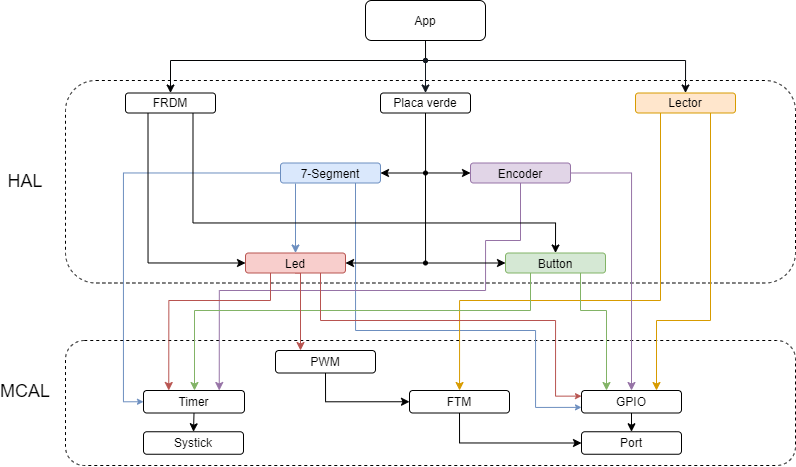
Earlier version of the draw.io export TP1/esquema_drivers.png (tlondero/LaboDeMicros). Source tidied: cells renumbered, new cells last; positions are measured from the earlier drawing's top-left corner, leaving out a move shared by most shapes.
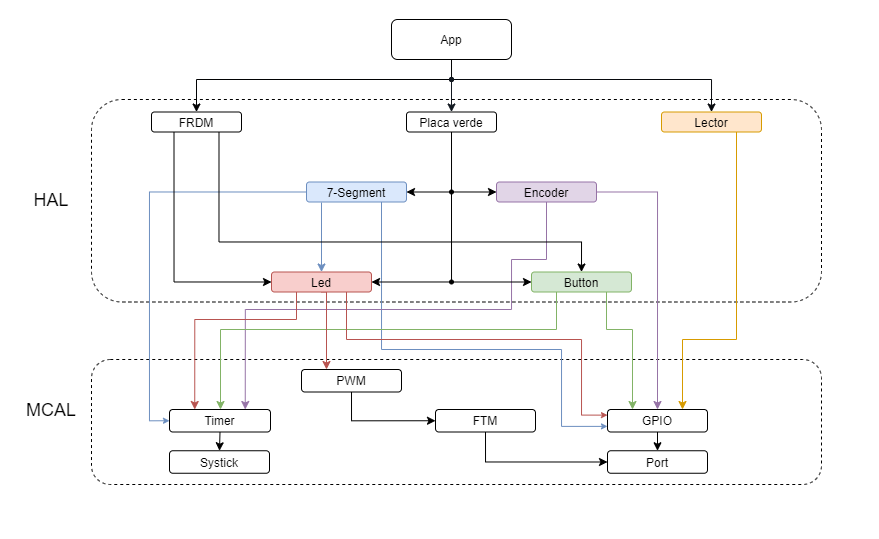
Above is the later version.

Change to the diagram source:
```diff
@@ -1,13 +1,13 @@
-<mxGraphModel>
+<mxGraphModel background="#ffffff">
   <root>
     <mxCell id="0" />
     <mxCell id="1" parent="0" />
-    <mxCell id="2" style="rounded=1;whiteSpace=wrap;html=1;dashed=1;" parent="1" vertex="1">
-      <mxGeometry x="60" y="80" width="730" height="202.5" as="geometry" />
-    </mxCell>
-    <mxCell id="3" style="rounded=1;whiteSpace=wrap;html=1;dashed=1;" parent="1" vertex="1">
-      <mxGeometry x="60" y="340" width="730" height="125" as="geometry" />
-    </mxCell>
+    <mxCell id="45" style="rounded=1;whiteSpace=wrap;html=1;dashed=1;" parent="1" vertex="1">
+      <mxGeometry x="60" y="80" width="730" height="202.5" as="geometry" />
+    </mxCell>
+    <mxCell id="46" style="rounded=1;whiteSpace=wrap;html=1;dashed=1;" parent="1" vertex="1">
+      <mxGeometry x="60" y="340" width="730" height="125" as="geometry" />
+    </mxCell>
     <mxCell id="4" style="edgeStyle=orthogonalEdgeStyle;rounded=0;jettySize=auto;html=1;exitX=0.5;exitY=1;exitDx=0;exitDy=0;entryX=0.5;entryY=0;entryDx=0;entryDy=0;startArrow=none;startFill=0;endArrow=classic;endFill=1;fillColor=#dae8fc;strokeColor=#010203;" parent="1" edge="1" source="5" target="44">
       <mxGeometry relative="1" as="geometry">
         <Array as="points">
@@ -25,16 +25,16 @@
     <mxCell id="7" value="GPIO" style="rounded=1;whiteSpace=wrap;html=1;" parent="1" vertex="1">
       <mxGeometry x="576" y="390" width="100" height="22.5" as="geometry" />
     </mxCell>
-    <mxCell id="8" style="edgeStyle=orthogonalEdgeStyle;rounded=0;jettySize=auto;html=1;startArrow=classic;startFill=1;endArrow=oval;endFill=1;startSize=6;endSize=4;" parent="1" edge="1" source="12">
-      <mxGeometry relative="1" as="geometry">
-        <mxPoint x="420" y="172.5" as="targetPoint" />
-      </mxGeometry>
-    </mxCell>
-    <mxCell id="9" style="edgeStyle=orthogonalEdgeStyle;rounded=0;jettySize=auto;html=1;entryX=0.5;entryY=0;entryDx=0;entryDy=0;startArrow=none;startFill=0;endArrow=classic;endFill=1;fillColor=#dae8fc;strokeColor=#6c8ebf;" parent="1" edge="1" target="41">
-      <mxGeometry relative="1" as="geometry">
-        <mxPoint x="290" y="183" as="sourcePoint" />
-      </mxGeometry>
-    </mxCell>
+    <mxCell id="47" style="edgeStyle=orthogonalEdgeStyle;rounded=0;jettySize=auto;html=1;startArrow=classic;startFill=1;endArrow=oval;endFill=1;startSize=6;endSize=4;" parent="1" edge="1" source="12">
+      <mxGeometry relative="1" as="geometry">
+        <mxPoint x="420" y="172.5" as="targetPoint" />
+      </mxGeometry>
+    </mxCell>
+    <mxCell id="48" style="edgeStyle=orthogonalEdgeStyle;rounded=0;jettySize=auto;html=1;entryX=0.5;entryY=0;entryDx=0;entryDy=0;startArrow=none;startFill=0;endArrow=classic;endFill=1;fillColor=#dae8fc;strokeColor=#6c8ebf;" parent="1" edge="1" target="41">
+      <mxGeometry relative="1" as="geometry">
+        <mxPoint x="290" y="183" as="sourcePoint" />
+      </mxGeometry>
+    </mxCell>
     <mxCell id="10" style="edgeStyle=orthogonalEdgeStyle;rounded=0;jettySize=auto;html=1;exitX=0.75;exitY=1;exitDx=0;exitDy=0;entryX=0;entryY=0.75;entryDx=0;entryDy=0;startArrow=none;startFill=0;startSize=6;endArrow=classic;endFill=1;endSize=4;strokeColor=#6c8ebf;fillColor=#dae8fc;" parent="1" edge="1" source="12" target="7">
       <mxGeometry relative="1" as="geometry">
         <Array as="points">
@@ -58,22 +58,14 @@
         </Array>
       </mxGeometry>
     </mxCell>
-    <mxCell id="14" style="edgeStyle=orthogonalEdgeStyle;rounded=0;jettySize=auto;html=1;exitX=0.25;exitY=1;exitDx=0;exitDy=0;startArrow=none;startFill=0;endArrow=classic;endFill=1;fillColor=#ffe6cc;strokeColor=#d79b00;" parent="1" edge="1" source="16" target="30">
-      <mxGeometry relative="1" as="geometry">
-        <Array as="points">
-          <mxPoint x="655" y="300" />
-          <mxPoint x="454" y="300" />
-        </Array>
-      </mxGeometry>
-    </mxCell>
-    <mxCell id="15" style="edgeStyle=orthogonalEdgeStyle;rounded=0;jettySize=auto;html=1;exitX=0.5;exitY=0;exitDx=0;exitDy=0;startArrow=classic;startFill=1;endArrow=oval;endFill=1;fillColor=#dae8fc;startSize=6;endSize=4;strokeColor=#07090D;" parent="1" edge="1" source="16">
-      <mxGeometry relative="1" as="geometry">
-        <mxPoint x="420" y="60" as="targetPoint" />
-        <Array as="points">
-          <mxPoint x="680" y="60" />
-        </Array>
-      </mxGeometry>
-    </mxCell>
+    <mxCell id="49" style="edgeStyle=orthogonalEdgeStyle;rounded=0;jettySize=auto;html=1;exitX=0.5;exitY=0;exitDx=0;exitDy=0;startArrow=classic;startFill=1;endArrow=oval;endFill=1;fillColor=#dae8fc;startSize=6;endSize=4;strokeColor=#07090D;" parent="1" edge="1" source="16">
+      <mxGeometry relative="1" as="geometry">
+        <mxPoint x="420" y="60" as="targetPoint" />
+        <Array as="points">
+          <mxPoint x="680" y="60" />
+        </Array>
+      </mxGeometry>
+    </mxCell>
     <mxCell id="16" value="Lector" style="rounded=1;whiteSpace=wrap;html=1;fillColor=#ffe6cc;strokeColor=#d79b00;" parent="1" vertex="1">
       <mxGeometry x="630" y="92.5" width="100" height="20" as="geometry" />
     </mxCell>
@@ -99,11 +91,11 @@
     <mxCell id="21" style="edgeStyle=orthogonalEdgeStyle;rounded=0;jettySize=auto;html=1;exitX=0.5;exitY=1;exitDx=0;exitDy=0;entryX=0;entryY=0.5;entryDx=0;entryDy=0;startArrow=none;startFill=0;endArrow=classic;endFill=1;" parent="1" edge="1" source="23" target="20">
       <mxGeometry relative="1" as="geometry" />
     </mxCell>
-    <mxCell id="22" style="edgeStyle=orthogonalEdgeStyle;rounded=0;jettySize=auto;html=1;exitX=0.5;exitY=0;exitDx=0;exitDy=0;startArrow=classic;startFill=1;endArrow=oval;endFill=1;fillColor=#dae8fc;startSize=6;endSize=4;strokeColor=#131921;" parent="1" edge="1" source="23">
-      <mxGeometry relative="1" as="geometry">
-        <mxPoint x="420" y="60" as="targetPoint" />
-      </mxGeometry>
-    </mxCell>
+    <mxCell id="50" style="edgeStyle=orthogonalEdgeStyle;rounded=0;jettySize=auto;html=1;exitX=0.5;exitY=0;exitDx=0;exitDy=0;startArrow=classic;startFill=1;endArrow=oval;endFill=1;fillColor=#dae8fc;startSize=6;endSize=4;strokeColor=#131921;" parent="1" edge="1" source="23">
+      <mxGeometry relative="1" as="geometry">
+        <mxPoint x="420" y="60" as="targetPoint" />
+      </mxGeometry>
+    </mxCell>
     <mxCell id="23" value="Placa verde" style="rounded=1;whiteSpace=wrap;html=1;" parent="1" vertex="1">
       <mxGeometry x="375" y="92.5" width="90" height="20" as="geometry" />
     </mxCell>
@@ -134,11 +126,11 @@
     <mxCell id="32" value="PWM" style="rounded=1;whiteSpace=wrap;html=1;" parent="1" vertex="1">
       <mxGeometry x="270" y="350" width="100" height="22.5" as="geometry" />
     </mxCell>
-    <mxCell id="33" style="edgeStyle=orthogonalEdgeStyle;rounded=0;jettySize=auto;html=1;exitX=0;exitY=0.5;exitDx=0;exitDy=0;startArrow=classic;startFill=1;endArrow=oval;endFill=1;endSize=4;" parent="1" edge="1" source="36">
-      <mxGeometry relative="1" as="geometry">
-        <mxPoint x="420" y="262.5" as="targetPoint" />
-      </mxGeometry>
-    </mxCell>
+    <mxCell id="51" style="edgeStyle=orthogonalEdgeStyle;rounded=0;jettySize=auto;html=1;exitX=0;exitY=0.5;exitDx=0;exitDy=0;startArrow=classic;startFill=1;endArrow=oval;endFill=1;endSize=4;" parent="1" edge="1" source="36">
+      <mxGeometry relative="1" as="geometry">
+        <mxPoint x="420" y="262.5" as="targetPoint" />
+      </mxGeometry>
+    </mxCell>
     <mxCell id="34" style="edgeStyle=orthogonalEdgeStyle;rounded=0;jettySize=auto;html=1;exitX=0.75;exitY=1;exitDx=0;exitDy=0;entryX=0.25;entryY=0;entryDx=0;entryDy=0;startArrow=none;startFill=0;endArrow=classic;endFill=1;fillColor=#d5e8d4;strokeColor=#82b366;" parent="1" edge="1" source="36" target="7">
       <mxGeometry relative="1" as="geometry">
         <Array as="points">
@@ -158,11 +150,11 @@
     <mxCell id="36" value="Button" style="rounded=1;whiteSpace=wrap;html=1;fillColor=#d5e8d4;strokeColor=#82b366;" parent="1" vertex="1">
       <mxGeometry x="500" y="252.5" width="100" height="20" as="geometry" />
     </mxCell>
-    <mxCell id="37" style="edgeStyle=orthogonalEdgeStyle;rounded=0;jettySize=auto;html=1;exitX=1;exitY=0.5;exitDx=0;exitDy=0;startArrow=classic;startFill=1;endArrow=none;endFill=0;" parent="1" edge="1" source="41">
-      <mxGeometry relative="1" as="geometry">
-        <mxPoint x="420" y="172.5" as="targetPoint" />
-      </mxGeometry>
-    </mxCell>
+    <mxCell id="52" style="edgeStyle=orthogonalEdgeStyle;rounded=0;jettySize=auto;html=1;exitX=1;exitY=0.5;exitDx=0;exitDy=0;startArrow=classic;startFill=1;endArrow=none;endFill=0;" parent="1" edge="1" source="41">
+      <mxGeometry relative="1" as="geometry">
+        <mxPoint x="420" y="172.5" as="targetPoint" />
+      </mxGeometry>
+    </mxCell>
     <mxCell id="38" style="edgeStyle=orthogonalEdgeStyle;rounded=0;jettySize=auto;html=1;exitX=0.5;exitY=1;exitDx=0;exitDy=0;entryX=0.25;entryY=0;entryDx=0;entryDy=0;startArrow=none;startFill=0;endArrow=classic;endFill=1;fillColor=#f8cecc;strokeColor=#b85450;" parent="1" edge="1" source="41" target="32">
       <mxGeometry relative="1" as="geometry">
         <Array as="points">
```
